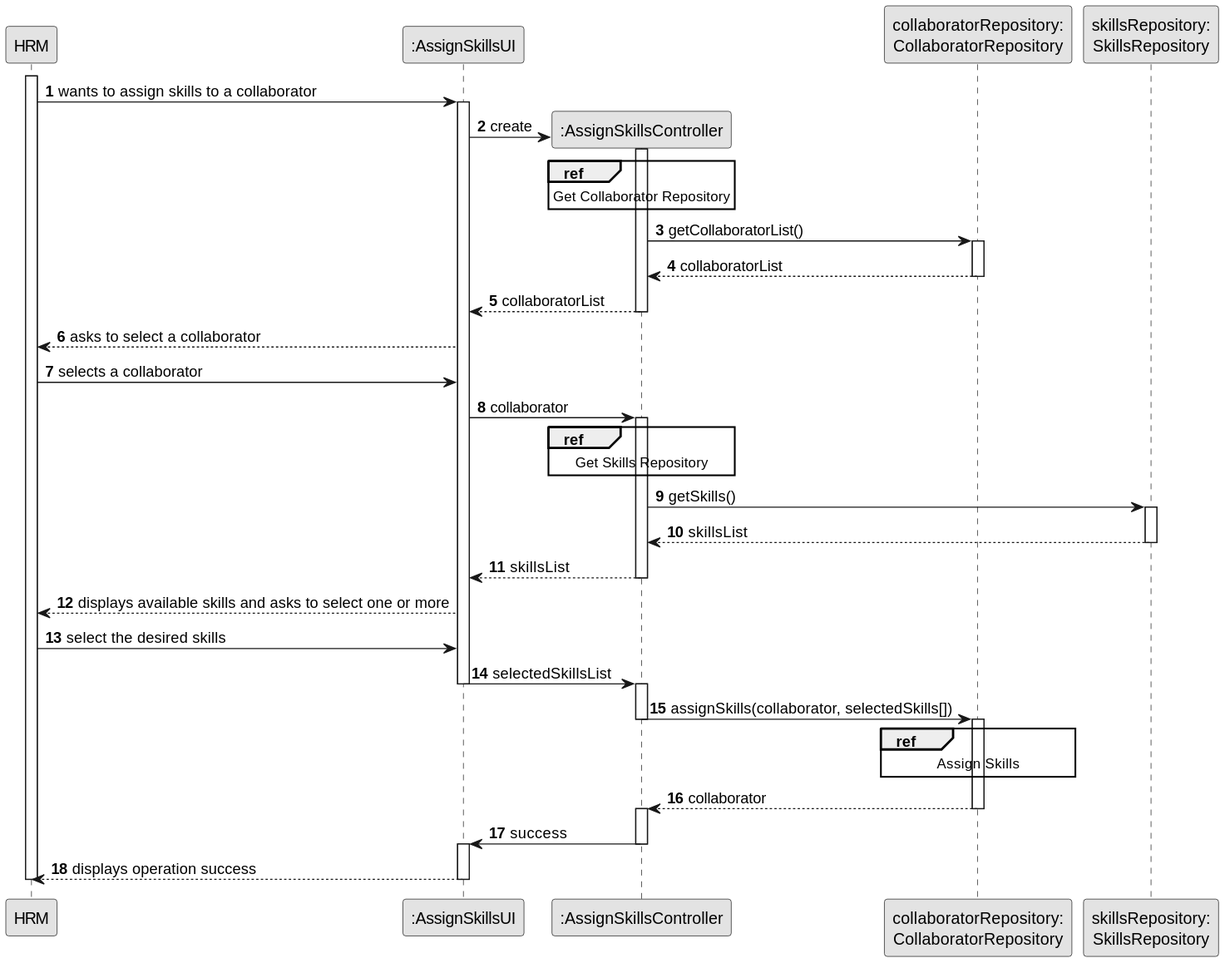
ricardomm7/leaflink keeps this PlantUML diagram as docs/sprintB/us004/03.design/svg/us004-sequence-diagram-split.svg. Above is the earlier version. Source of this version:
```plantuml
@startuml
skinparam monochrome true
skinparam packageStyle rectangle
skinparam shadowing false

autonumber

participant "HRM" as HRM
participant ":AssignSkillsUI" as UI
participant ":AssignSkillsController" as CTRL
participant "collaboratorRepository:\nCollaboratorRepository" as CLBREP
participant "skillsRepository:\nSkillsRepository" as skillsRepository


activate HRM
HRM -> UI : wants to assign skills to a collaborator
activate UI
UI -> CTRL** : create


activate CTRL
ref over CTRL
Get Collaborator Repository
end ref


CTRL -> CLBREP : getCollaboratorList()
activate CLBREP
CLBREP --> CTRL : collaboratorList
deactivate CLBREP
CTRL --> UI : collaboratorList
deactivate CTRL
UI --> HRM : asks to select a collaborator
HRM -> UI : selects a collaborator
UI -> CTRL : collaborator
activate CTRL

ref over CTRL
Get Skills Repository
end ref
CTRL -> skillsRepository : getSkills()
activate skillsRepository
skillsRepository --> CTRL : skillsList
deactivate skillsRepository
CTRL --> UI : skillsList
deactivate CTRL
UI --> HRM : displays available skills and asks to select one or more
HRM -> UI : select the desired skills
UI -> CTRL : selectedSkillsList
deactivate UI
activate CTRL


CTRL -> CLBREP : assignSkills(collaborator, selectedSkills[])
deactivate CTRL
activate CLBREP
ref over CLBREP
Assign Skills
end ref
CLBREP --> CTRL : collaborator
deactivate CLBREP
activate CTRL
CTRL -> UI : success
deactivate CTRL
activate UI
UI --> HRM : displays operation success
deactivate UI
deactivate HRM
@enduml
```
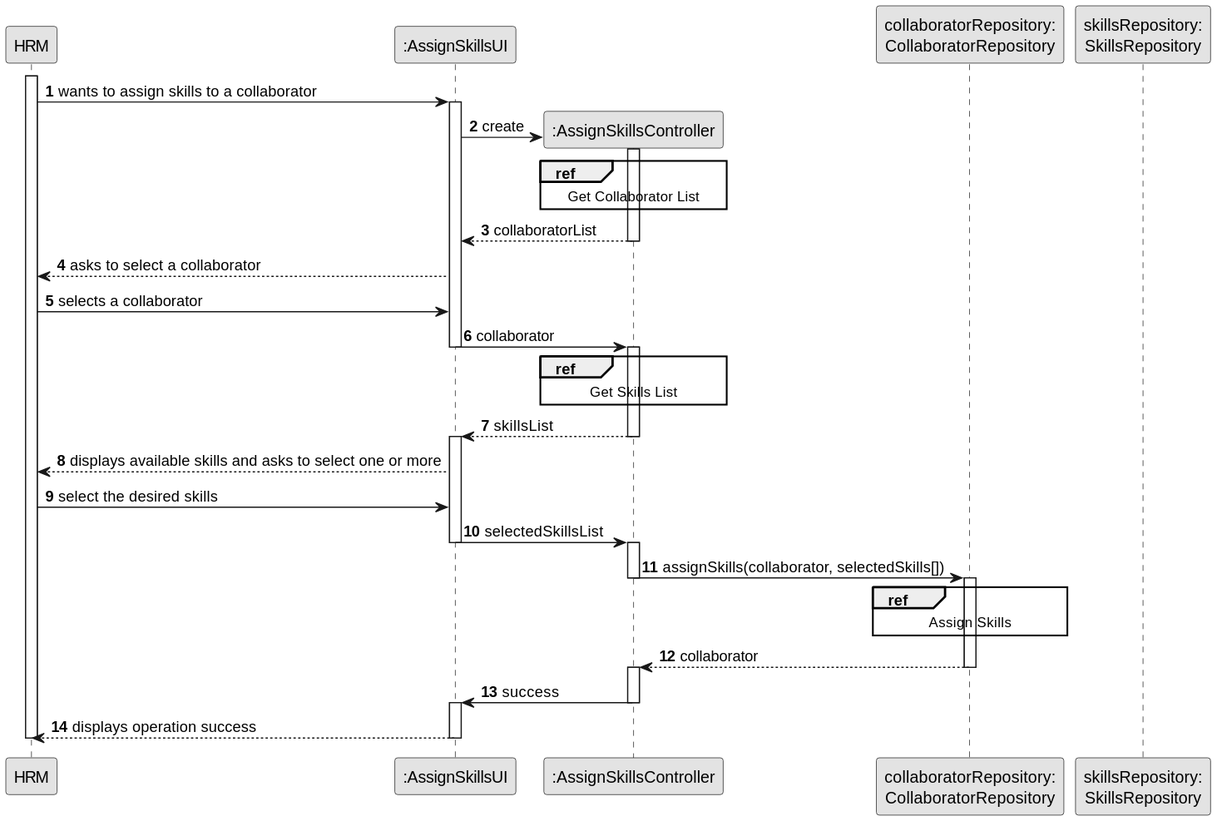
The same file after the commit.

Change to the diagram source:
```diff
@@ -13,38 +13,41 @@
 
 
 activate HRM
+
 HRM -> UI : wants to assign skills to a collaborator
 activate UI
+
 UI -> CTRL** : create
 
 
 activate CTRL
 ref over CTRL
-Get Collaborator Repository
+Get Collaborator List
 end ref
 
 
-CTRL -> CLBREP : getCollaboratorList()
-activate CLBREP
-CLBREP --> CTRL : collaboratorList
-deactivate CLBREP
 CTRL --> UI : collaboratorList
 deactivate CTRL
+
 UI --> HRM : asks to select a collaborator
+
 HRM -> UI : selects a collaborator
+
 UI -> CTRL : collaborator
+deactivate UI
 activate CTRL
 
+
 ref over CTRL
-Get Skills Repository
+Get Skills List
 end ref
-CTRL -> skillsRepository : getSkills()
-activate skillsRepository
-skillsRepository --> CTRL : skillsList
-deactivate skillsRepository
+
 CTRL --> UI : skillsList
 deactivate CTRL
+activate UI
+
 UI --> HRM : displays available skills and asks to select one or more
+
 HRM -> UI : select the desired skills
 UI -> CTRL : selectedSkillsList
 deactivate UI
```
